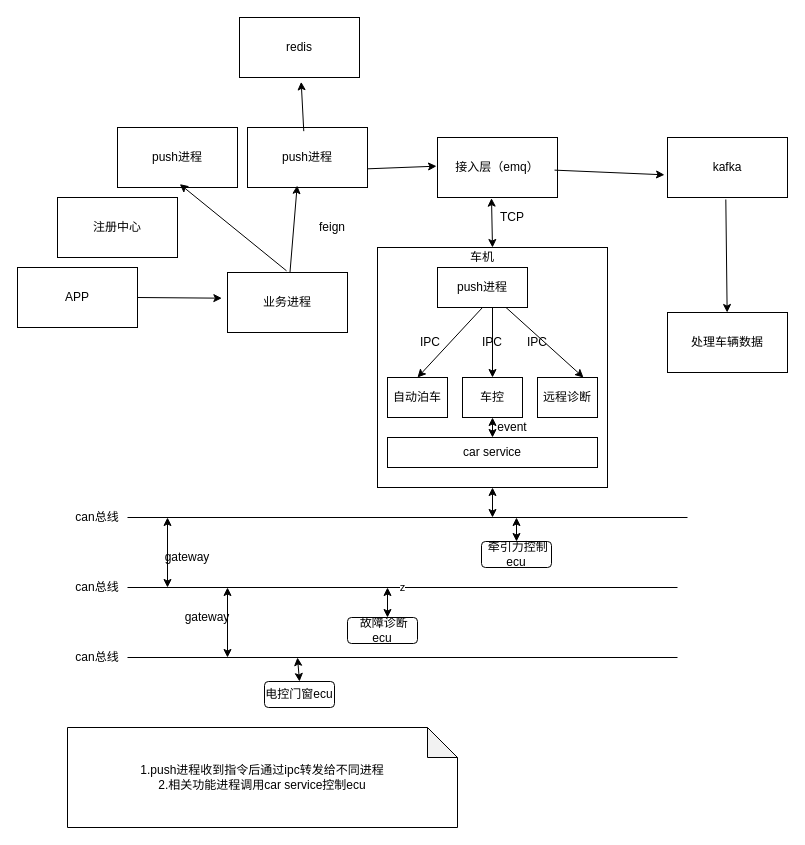
zhangchuhu/drawio keeps this draw.io diagram as arch/carNet/carNet.drawio. Above is the earlier version. Source tidied: cells renumbered, new cells numbered last; positions are measured from the earlier drawing's top-left corner, leaving out a move shared by most shapes. Both pictures are drawn from the tidied source at 100%, with x=0, y=0 at pixel (17, 17).
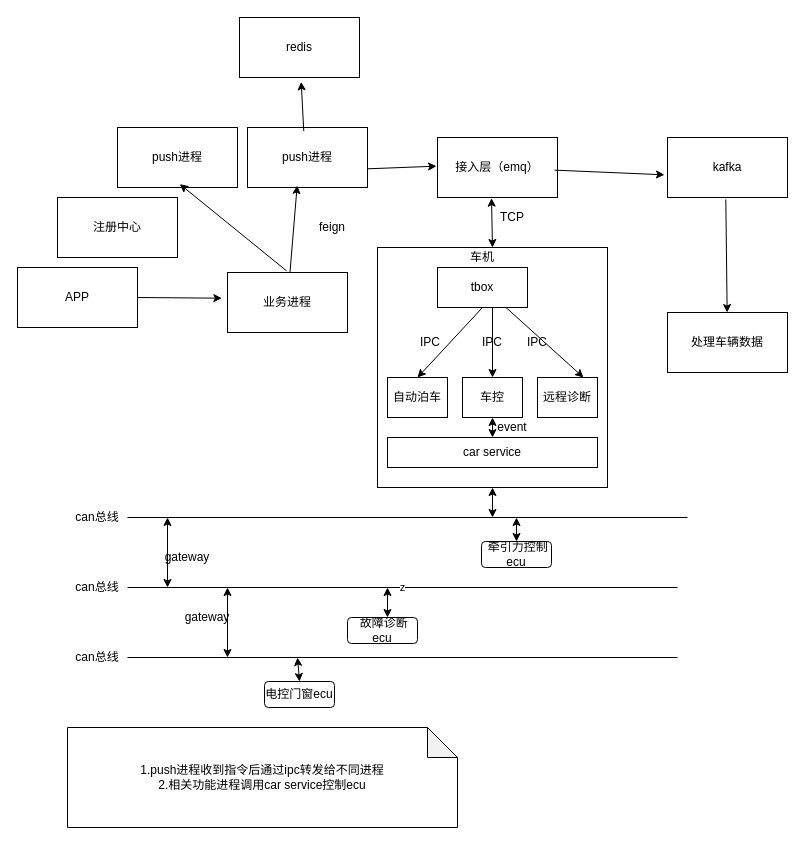
The same page after the edit.

Change to the diagram source:
```diff
@@
-    <mxCell id="5" value="push进程" style="rounded=0;whiteSpace=wrap;html=1;" parent="1" vertex="1">
+    <mxCell id="5" value="tbox" style="rounded=0;whiteSpace=wrap;html=1;" parent="1" vertex="1">
       <mxGeometry x="420" y="250" width="90" height="40" as="geometry" />
     </mxCell>
```
